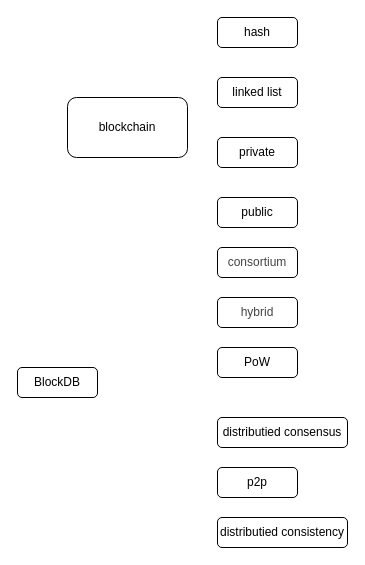
The draw.io diagram page "blockchain-tech-terms" (3 of 4) of pages/programming/software-architecture-and-solutions/blockchain-techniques-review.drawio in songtianyi/songtianyi.github.io, before the edit. Source tidied: cells renumbered, new cells numbered last; positions are measured from the earlier drawing's top-left corner, leaving out a move shared by most shapes. Both pictures are drawn from the tidied source at 100%, with x=0, y=0 at pixel (17, 17).
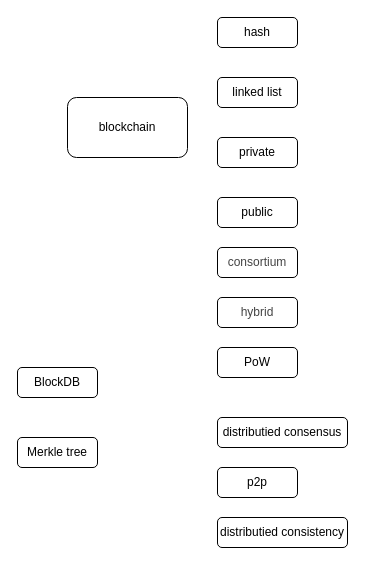
The same diagram, later.

Diff of the diagram source:
```diff
@@
 <mxGraphModel>
   <root>
     <mxCell id="0" />
     <mxCell id="1" parent="0" />
     <mxCell id="2" value="blockchain" style="rounded=1;whiteSpace=wrap;html=1;" parent="1" vertex="1">
       <mxGeometry x="50" y="80" width="120" height="60" as="geometry" />
     </mxCell>
     <mxCell id="3" value="hash" style="rounded=1;whiteSpace=wrap;html=1;" parent="1" vertex="1">
       <mxGeometry x="200" width="80" height="30" as="geometry" />
     </mxCell>
     <mxCell id="4" value="linked list" style="rounded=1;whiteSpace=wrap;html=1;" parent="1" vertex="1">
       <mxGeometry x="200" y="60" width="80" height="30" as="geometry" />
     </mxCell>
     <mxCell id="5" value="private" style="rounded=1;whiteSpace=wrap;html=1;" parent="1" vertex="1">
       <mxGeometry x="200" y="120" width="80" height="30" as="geometry" />
     </mxCell>
     <mxCell id="6" value="public" style="rounded=1;whiteSpace=wrap;html=1;" parent="1" vertex="1">
       <mxGeometry x="200" y="180" width="80" height="30" as="geometry" />
     </mxCell>
     <mxCell id="7" value="&lt;span style=&quot;color: rgb(68 , 68 , 68) ; text-align: left ; background-color: rgb(255 , 255 , 255)&quot;&gt;&lt;font style=&quot;font-size: 12px&quot;&gt;consortium&lt;/font&gt;&lt;/span&gt;" style="rounded=1;whiteSpace=wrap;html=1;" parent="1" vertex="1">
       <mxGeometry x="200" y="230" width="80" height="30" as="geometry" />
     </mxCell>
     <mxCell id="8" value="&lt;span style=&quot;color: rgb(68 , 68 , 68) ; text-align: left ; background-color: rgb(255 , 255 , 255)&quot;&gt;&lt;font style=&quot;font-size: 12px&quot;&gt;hybrid&lt;/font&gt;&lt;/span&gt;" style="rounded=1;whiteSpace=wrap;html=1;" parent="1" vertex="1">
       <mxGeometry x="200" y="280" width="80" height="30" as="geometry" />
     </mxCell>
     <mxCell id="9" value="PoW" style="rounded=1;whiteSpace=wrap;html=1;" parent="1" vertex="1">
       <mxGeometry x="200" y="330" width="80" height="30" as="geometry" />
     </mxCell>
     <mxCell id="10" value="distributied consensus" style="rounded=1;whiteSpace=wrap;html=1;" parent="1" vertex="1">
       <mxGeometry x="200" y="400" width="130" height="30" as="geometry" />
     </mxCell>
     <mxCell id="11" value="p2p" style="rounded=1;whiteSpace=wrap;html=1;" parent="1" vertex="1">
       <mxGeometry x="200" y="450" width="80" height="30" as="geometry" />
     </mxCell>
     <mxCell id="12" value="distributied consistency" style="rounded=1;whiteSpace=wrap;html=1;" parent="1" vertex="1">
       <mxGeometry x="200" y="500" width="130" height="30" as="geometry" />
     </mxCell>
     <mxCell id="13" value="BlockDB" style="rounded=1;whiteSpace=wrap;html=1;" parent="1" vertex="1">
       <mxGeometry y="350" width="80" height="30" as="geometry" />
     </mxCell>
+    <mxCell id="14" value="Merkle tree" style="rounded=1;whiteSpace=wrap;html=1;" parent="1" vertex="1">
+      <mxGeometry y="420" width="80" height="30" as="geometry" />
+    </mxCell>
   </root>
 </mxGraphModel>
```
